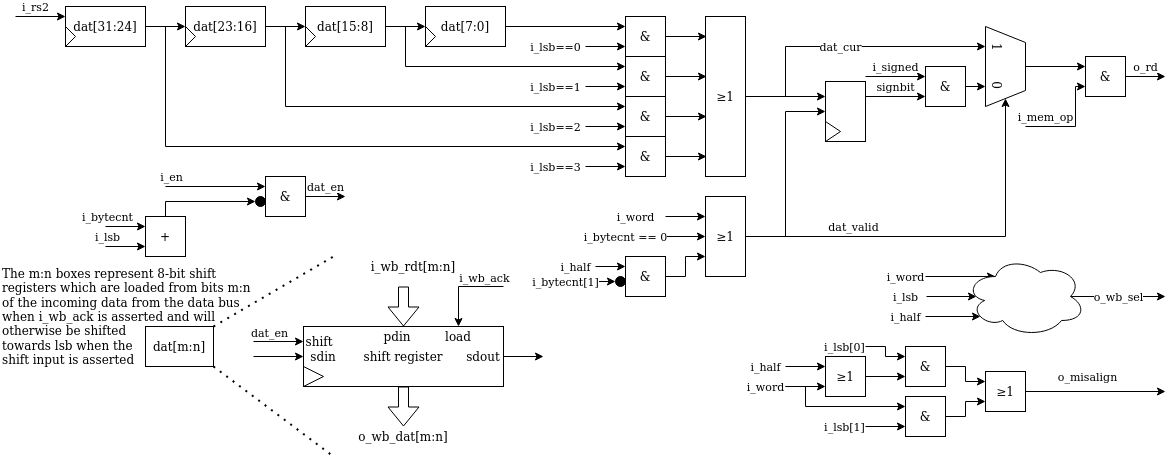
Above: doc/serv_mem_if_int.png in olofk/serv (draw.io), before the change. Source tidied: cells renumbered, new cells last; positions are measured from the earlier drawing's top-left corner, leaving out a move shared by most shapes.
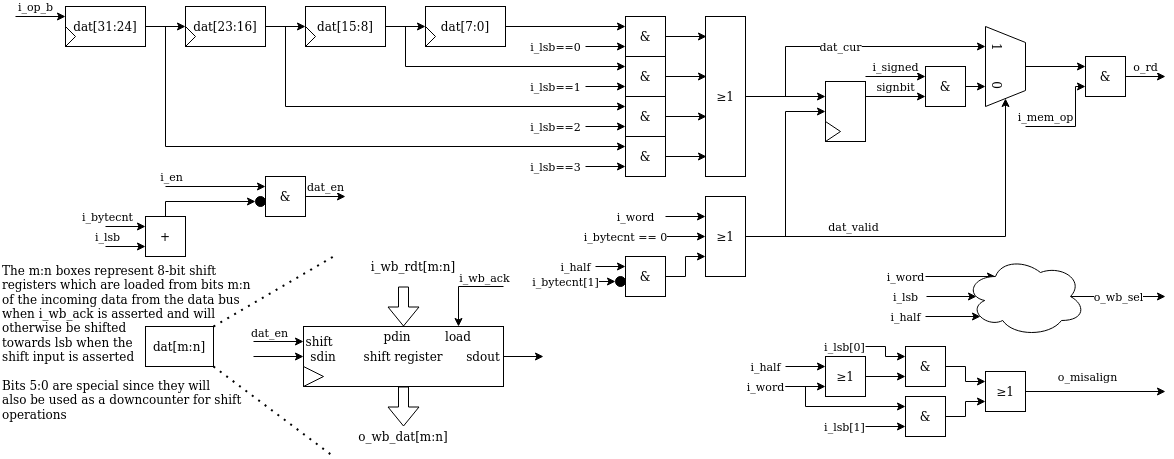
Later version of the same file.

Diff of the diagram source:
```diff
@@ -2,7 +2,7 @@
   <root>
     <mxCell id="0" />
     <mxCell id="1" parent="0" />
-    <mxCell id="2" value="i_rs2" style="edgeStyle=orthogonalEdgeStyle;rounded=0;jumpStyle=arc;jettySize=auto;html=1;strokeWidth=1;entryX=0;entryY=0.25;entryDx=0;entryDy=0;" parent="1" edge="1" target="14">
+    <mxCell id="2" value="i_op_b" style="edgeStyle=orthogonalEdgeStyle;rounded=0;jumpStyle=arc;jettySize=auto;html=1;strokeWidth=1;entryX=0;entryY=0.25;entryDx=0;entryDy=0;" parent="1" edge="1" target="14">
       <mxGeometry x="-0.2" y="10" relative="1" as="geometry">
         <mxPoint x="15" y="10" as="sourcePoint" />
       </mxGeometry>
@@ -358,8 +358,8 @@
         <mxPoint x="333" y="450" as="targetPoint" />
       </mxGeometry>
     </mxCell>
-    <mxCell id="85" value="&lt;div&gt;The m:n boxes represent 8-bit shift registers which are loaded from bits m:n of the incoming data from the data bus when i_wb_ack is asserted and will otherwise be shifted&lt;/div&gt;&lt;div&gt;towards lsb when the&lt;/div&gt;&lt;div&gt;shift input is asserted&lt;/div&gt;" style="text;html=1;strokeColor=none;fillColor=none;align=left;verticalAlign=middle;whiteSpace=wrap;rounded=0;" parent="1" vertex="1">
-      <mxGeometry y="250" width="260" height="120" as="geometry" />
+    <mxCell id="85" value="&lt;div&gt;The m:n boxes represent 8-bit shift registers which are loaded from bits m:n of the incoming data from the data bus when i_wb_ack is asserted and will otherwise be shifted&lt;/div&gt;&lt;div&gt;towards lsb when the&lt;/div&gt;&lt;div&gt;shift input is asserted&lt;/div&gt;&lt;div&gt;&lt;br&gt;&lt;/div&gt;&lt;div&gt;Bits 5:0 are special since they will&lt;/div&gt;&lt;div&gt;also be used as a downcounter for shift&lt;/div&gt;&lt;div&gt;operations&lt;br&gt;&lt;/div&gt;" style="text;html=1;strokeColor=none;fillColor=none;align=left;verticalAlign=top;whiteSpace=wrap;rounded=0;" parent="1" vertex="1">
+      <mxGeometry y="250" width="260" height="170" as="geometry" />
     </mxCell>
     <mxCell id="86" style="shape=flexArrow;endArrow=classic;html=1;entryX=0.5;entryY=0;entryDx=0;entryDy=0;" parent="1" edge="1">
       <mxGeometry relative="1" as="geometry">
```
